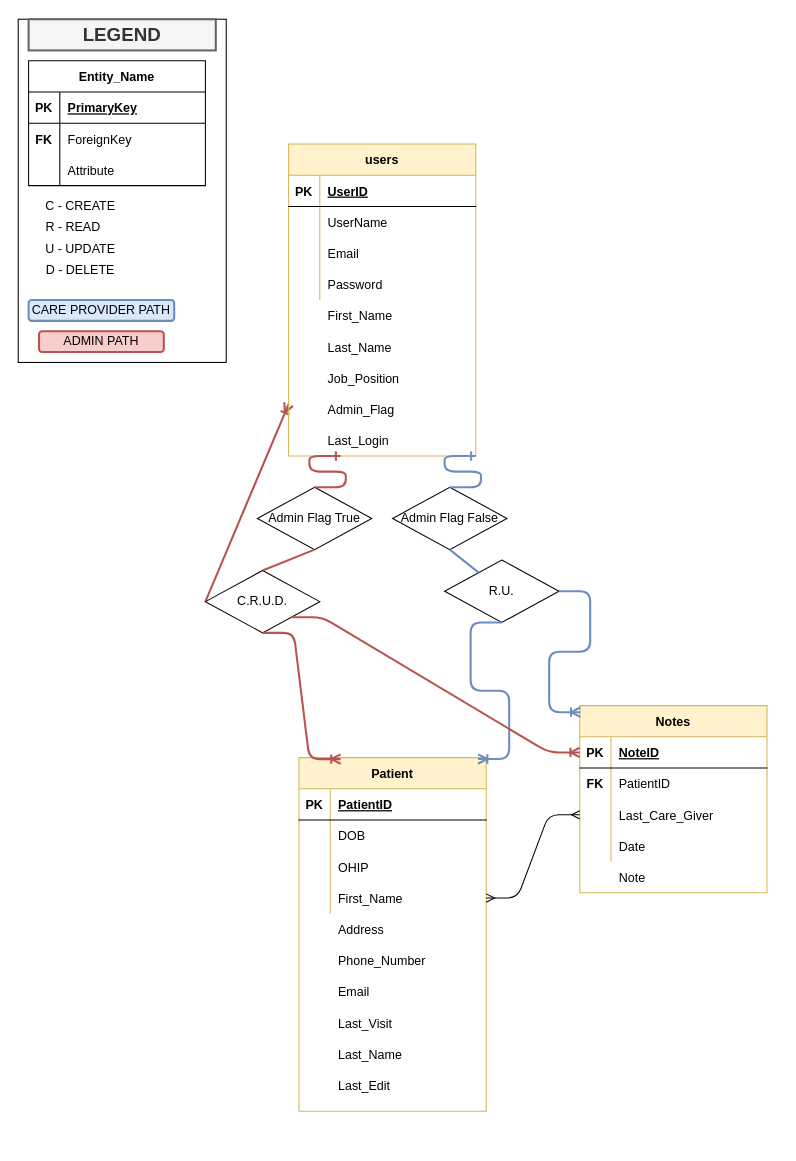
Above: group EER Update_Dave.drawio in espernguyen97/FS1030-Group-Project-Electronical-Medical-Record-Management-System-Database (draw.io), before the change. Source tidied: cells renumbered, new cells numbered last; positions are measured from the earlier drawing's top-left corner, leaving out a move shared by most shapes. Both pictures are drawn from the tidied source at 104%, with x=0, y=0 at pixel (18, 19).
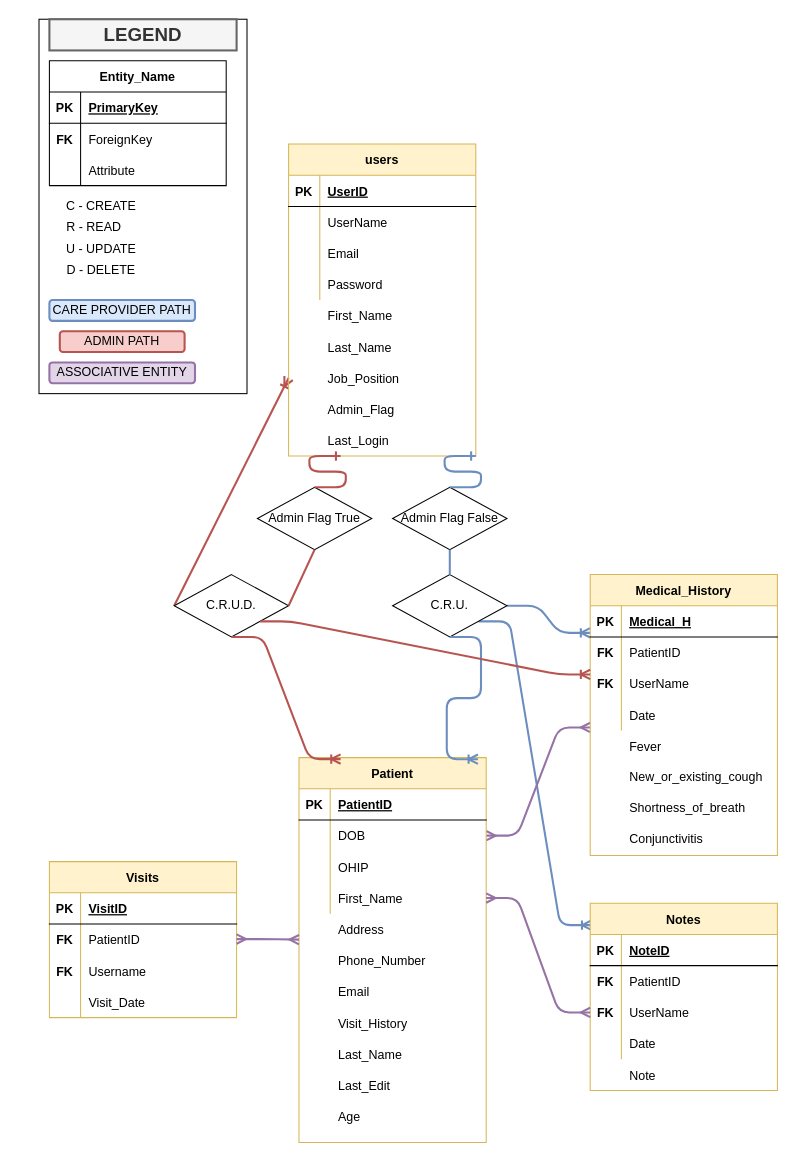
Above is the later version.

The change refers to these unchanged cells:
```xml
<mxCell id="8" style="shape=partialRectangle;fillColor=none;top=0;left=0;bottom=0;right=0;points=[[0,0.5],[1,0.5]];portConstraint=eastwest;" parent="4" vertex="1">
  <mxGeometry y="60" width="180" height="30" as="geometry" />
</mxCell>
<mxCell id="14" style="shape=partialRectangle;fillColor=none;top=0;left=0;bottom=0;right=0;points=[[0,0.5],[1,0.5]];portConstraint=eastwest;" parent="4" vertex="1">
  <mxGeometry y="120" width="180" height="30" as="geometry" />
</mxCell>
<mxCell id="23" style="shape=partialRectangle;fillColor=none;top=0;left=0;bottom=1;right=0;points=[[0,0.5],[1,0.5]];portConstraint=eastwest;" parent="22" vertex="1">
  <mxGeometry y="30" width="180" height="30" as="geometry" />
</mxCell>
<mxCell id="29" style="shape=partialRectangle;fillColor=none;top=0;left=0;bottom=0;right=0;points=[[0,0.5],[1,0.5]];portConstraint=eastwest;" parent="22" vertex="1">
  <mxGeometry y="90" width="180" height="30" as="geometry" />
</mxCell>
<mxCell id="36" value="users" style="shape=table;startSize=30;childLayout=tableLayout;rowLines=0;fontStyle=1;align=center;fillColor=#fff2cc;strokeColor=#d6b656;" parent="1" vertex="1">
  <mxGeometry x="260" y="120" width="180" height="300" as="geometry" />
</mxCell>
<mxCell id="54" value="Admin Flag True" style="rhombus;whiteSpace=wrap;html=1;" parent="1" vertex="1">
  <mxGeometry x="230" y="450" width="110" height="60" as="geometry" />
</mxCell>
<mxCell id="57" value="Admin Flag False" style="rhombus;whiteSpace=wrap;html=1;" parent="1" vertex="1">
  <mxGeometry x="360" y="450" width="110" height="60" as="geometry" />
</mxCell>
```

Diff of the diagram source:
```diff
@@
+    <mxCell id="87" style="edgeStyle=entityRelationEdgeStyle;fontSize=12;html=1;endArrow=ERoneToMany;entryX=0;entryY=0.867;entryDx=0;entryDy=0;entryPerimeter=0;fillColor=#dae8fc;strokeColor=#6c8ebf;strokeWidth=2;exitX=1;exitY=0.5;exitDx=0;exitDy=0;" parent="1" edge="1" source="59" target="107">
+      <mxGeometry relative="1" as="geometry" />
+    </mxCell>
+    <mxCell id="67" style="edgeStyle=entityRelationEdgeStyle;fontSize=12;html=1;endArrow=ERoneToMany;entryX=0.006;entryY=0.117;entryDx=0;entryDy=0;entryPerimeter=0;fillColor=#dae8fc;strokeColor=#6c8ebf;strokeWidth=2;exitX=1;exitY=1;exitDx=0;exitDy=0;" parent="1" edge="1" source="59" target="22">
+      <mxGeometry relative="1" as="geometry" />
+    </mxCell>
+    <mxCell id="88" style="edgeStyle=entityRelationEdgeStyle;fontSize=12;html=1;endArrow=ERmany;startArrow=ERmany;exitX=1;exitY=0.5;exitDx=0;exitDy=0;entryX=0;entryY=0.9;entryDx=0;entryDy=0;entryPerimeter=0;fillColor=#e1d5e7;strokeColor=#9673a6;strokeWidth=2;" parent="1" edge="1" source="8" target="116">
+      <mxGeometry relative="1" as="geometry" />
+    </mxCell>
-    <mxCell id="2" style="fontSize=12;html=1;endArrow=ERoneToMany;fillColor=#f8cecc;strokeColor=#b85450;strokeWidth=2;exitX=0;exitY=0.5;exitDx=0;exitDy=0;" parent="1" edge="1" source="58">
-      <mxGeometry relative="1" as="geometry">
-        <mxPoint x="260" y="370" as="targetPoint" />
-      </mxGeometry>
+    <mxCell id="2" style="fontSize=12;html=1;endArrow=ERoneToMany;fillColor=#f8cecc;strokeColor=#b85450;strokeWidth=2;exitX=0;exitY=0.5;exitDx=0;exitDy=0;entryX=0;entryY=0.75;entryDx=0;entryDy=0;" parent="1" edge="1" source="58" target="36">
+      <mxGeometry relative="1" as="geometry" />
     </mxCell>
     <mxCell id="3" style="rounded=0;whiteSpace=wrap;html=1;" parent="1" vertex="1">
-      <mxGeometry width="200" height="330" as="geometry" />
+      <mxGeometry x="20" width="200" height="360" as="geometry" />
     </mxCell>
     <mxCell id="4" value="Patient" style="shape=table;startSize=30;childLayout=tableLayout;rowLines=0;fontStyle=1;align=center;fillColor=#fff2cc;strokeColor=#d6b656;" parent="1" vertex="1">
-      <mxGeometry x="270" y="710" width="180" height="340" as="geometry" />
+      <mxGeometry x="270" y="710" width="180" height="370" as="geometry" />
     </mxCell>
@@
-    <mxCell id="17" value="Last_Visit" style="shape=partialRectangle;fillColor=none;top=0;left=0;bottom=0;right=0;align=left;spacingLeft=6;overflow=hidden;" parent="1" vertex="1">
+    <mxCell id="17" value="Visit_History" style="shape=partialRectangle;fillColor=none;top=0;left=0;bottom=0;right=0;align=left;spacingLeft=6;overflow=hidden;" parent="1" vertex="1">
       <mxGeometry x="300" y="950" width="150" height="30" as="geometry" />
     </mxCell>
@@
     <mxCell id="22" value="Notes" style="shape=table;startSize=30;childLayout=tableLayout;rowLines=0;fontStyle=1;align=center;fillColor=#fff2cc;strokeColor=#d6b656;" parent="1" vertex="1">
-      <mxGeometry x="540" y="660" width="180" height="180" as="geometry" />
+      <mxGeometry x="550" y="850" width="180" height="180" as="geometry" />
     </mxCell>
@@
-    <mxCell id="31" value="Last_Care_Giver" style="shape=partialRectangle;fillColor=none;top=0;left=0;bottom=0;right=0;align=left;spacingLeft=6;overflow=hidden;" parent="29" vertex="1">
+    <mxCell id="31" value="UserName" style="shape=partialRectangle;fillColor=none;top=0;left=0;bottom=0;right=0;align=left;spacingLeft=6;overflow=hidden;" parent="29" vertex="1">
       <mxGeometry x="30" width="150" height="30" as="geometry" />
     </mxCell>
@@
     <mxCell id="55" value="FK" style="shape=partialRectangle;fillColor=none;top=0;left=0;bottom=0;right=0;fontStyle=1;overflow=hidden;" parent="1" vertex="1">
-      <mxGeometry x="540" y="720" width="30" height="30" as="geometry" />
+      <mxGeometry x="550" y="910" width="30" height="30" as="geometry" />
     </mxCell>
     <mxCell id="56" value="Note" style="shape=partialRectangle;fillColor=none;top=0;left=0;bottom=0;right=0;align=left;spacingLeft=6;overflow=hidden;" parent="1" vertex="1">
-      <mxGeometry x="570" y="810" width="150" height="30" as="geometry" />
+      <mxGeometry x="580" y="1000" width="150" height="30" as="geometry" />
     </mxCell>
@@
     <mxCell id="58" value="C.R.U.D." style="rhombus;whiteSpace=wrap;html=1;" parent="1" vertex="1">
-      <mxGeometry x="180" y="530" width="110" height="60" as="geometry" />
+      <mxGeometry x="150" y="534" width="110" height="60" as="geometry" />
     </mxCell>
-    <mxCell id="59" value="R.U." style="rhombus;whiteSpace=wrap;html=1;" parent="1" vertex="1">
-      <mxGeometry x="410" y="520" width="110" height="60" as="geometry" />
+    <mxCell id="59" value="C.R.U." style="rhombus;whiteSpace=wrap;html=1;" parent="1" vertex="1">
+      <mxGeometry x="360" y="534" width="110" height="60" as="geometry" />
     </mxCell>
@@
-    <mxCell id="64" style="edgeStyle=entityRelationEdgeStyle;fontSize=12;html=1;endArrow=ERmany;startArrow=ERmany;entryX=0;entryY=0.5;entryDx=0;entryDy=0;exitX=1;exitY=0.5;exitDx=0;exitDy=0;" parent="1" edge="1" source="14" target="29">
+    <mxCell id="64" style="edgeStyle=entityRelationEdgeStyle;fontSize=12;html=1;endArrow=ERmany;startArrow=ERmany;entryX=0;entryY=0.5;entryDx=0;entryDy=0;exitX=1;exitY=0.5;exitDx=0;exitDy=0;fillColor=#e1d5e7;strokeColor=#9673a6;strokeWidth=2;" parent="1" edge="1" source="14" target="29">
       <mxGeometry relative="1" as="geometry" />
     </mxCell>
-    <mxCell id="65" style="endArrow=none;html=1;entryX=0.5;entryY=1;entryDx=0;entryDy=0;exitX=0.5;exitY=0;exitDx=0;exitDy=0;fillColor=#f8cecc;strokeColor=#b85450;strokeWidth=2;" parent="1" edge="1" source="58" target="54">
+    <mxCell id="65" style="endArrow=none;html=1;entryX=0.5;entryY=1;entryDx=0;entryDy=0;fillColor=#f8cecc;strokeColor=#b85450;strokeWidth=2;exitX=1;exitY=0.5;exitDx=0;exitDy=0;" parent="1" edge="1" source="58" target="54">
       <mxGeometry relative="1" as="geometry" />
     </mxCell>
-    <mxCell id="66" style="endArrow=none;html=1;entryX=0.5;entryY=1;entryDx=0;entryDy=0;fillColor=#dae8fc;strokeColor=#6c8ebf;strokeWidth=2;" parent="1" edge="1" source="59" target="57">
+    <mxCell id="66" style="endArrow=none;html=1;entryX=0.5;entryY=1;entryDx=0;entryDy=0;fillColor=#dae8fc;strokeColor=#6c8ebf;strokeWidth=2;exitX=0.5;exitY=0;exitDx=0;exitDy=0;" parent="1" edge="1" source="59" target="57">
       <mxGeometry relative="1" as="geometry" />
     </mxCell>
-    <mxCell id="67" style="edgeStyle=entityRelationEdgeStyle;fontSize=12;html=1;endArrow=ERoneToMany;entryX=0.003;entryY=0.035;entryDx=0;entryDy=0;entryPerimeter=0;fillColor=#dae8fc;strokeColor=#6c8ebf;strokeWidth=2;" parent="1" edge="1" source="59" target="22">
-      <mxGeometry relative="1" as="geometry" />
-    </mxCell>
-    <mxCell id="68" style="edgeStyle=entityRelationEdgeStyle;fontSize=12;html=1;endArrow=ERoneToMany;entryX=0;entryY=0.5;entryDx=0;entryDy=0;exitX=1;exitY=1;exitDx=0;exitDy=0;fillColor=#f8cecc;strokeColor=#b85450;strokeWidth=2;" parent="1" edge="1" source="58" target="23">
-      <mxGeometry relative="1" as="geometry" />
-    </mxCell>
     <mxCell id="69" value="Entity_Name" style="shape=table;startSize=30;childLayout=tableLayout;rowLines=0;fontStyle=1;align=center;" parent="1" vertex="1">
-      <mxGeometry x="10" y="40" width="170" height="120" as="geometry" />
+      <mxGeometry x="30" y="40" width="170" height="120" as="geometry" />
     </mxCell>
@@
     <mxCell id="79" value="FK" style="shape=partialRectangle;fillColor=none;top=0;left=0;bottom=0;right=0;fontStyle=1;overflow=hidden;" parent="1" vertex="1">
-      <mxGeometry x="10" y="100" width="30" height="30" as="geometry" />
+      <mxGeometry x="30" y="100" width="30" height="30" as="geometry" />
     </mxCell>
     <mxCell id="80" value="LEGEND" style="text;html=1;strokeColor=#666666;fillColor=#f5f5f5;align=center;verticalAlign=middle;whiteSpace=wrap;rounded=0;fontColor=#333333;strokeWidth=2;fontSize=18;fontStyle=1;" parent="1" vertex="1">
-      <mxGeometry x="10" width="180" height="30" as="geometry" />
+      <mxGeometry x="30" width="180" height="30" as="geometry" />
     </mxCell>
     <mxCell id="81" value="C - CREATE" style="text;html=1;strokeColor=none;fillColor=none;align=center;verticalAlign=middle;whiteSpace=wrap;rounded=0;fontSize=12;" parent="1" vertex="1">
-      <mxGeometry x="10" y="170" width="100" height="20" as="geometry" />
+      <mxGeometry x="30" y="170" width="100" height="20" as="geometry" />
     </mxCell>
     <mxCell id="82" value="R - READ" style="text;html=1;strokeColor=none;fillColor=none;align=center;verticalAlign=middle;whiteSpace=wrap;rounded=0;fontSize=12;" parent="1" vertex="1">
-      <mxGeometry x="3" y="190" width="100" height="20" as="geometry" />
+      <mxGeometry x="23" y="190" width="100" height="20" as="geometry" />
     </mxCell>
     <mxCell id="83" value="U - UPDATE" style="text;html=1;strokeColor=none;fillColor=none;align=center;verticalAlign=middle;whiteSpace=wrap;rounded=0;fontSize=12;" parent="1" vertex="1">
-      <mxGeometry x="10" y="206" width="100" height="30" as="geometry" />
+      <mxGeometry x="30" y="206" width="100" height="30" as="geometry" />
     </mxCell>
     <mxCell id="84" value="D - DELETE" style="text;html=1;strokeColor=none;fillColor=none;align=center;verticalAlign=middle;whiteSpace=wrap;rounded=0;fontSize=12;" parent="1" vertex="1">
-      <mxGeometry x="10" y="226" width="100" height="30" as="geometry" />
+      <mxGeometry x="30" y="226" width="100" height="30" as="geometry" />
     </mxCell>
     <mxCell id="85" value="CARE PROVIDER PATH" style="rounded=1;whiteSpace=wrap;html=1;fontSize=12;strokeWidth=2;fillColor=#dae8fc;strokeColor=#6c8ebf;" parent="1" vertex="1">
-      <mxGeometry x="10" y="270" width="140" height="20" as="geometry" />
+      <mxGeometry x="30" y="270" width="140" height="20" as="geometry" />
     </mxCell>
     <mxCell id="86" value="ADMIN PATH" style="rounded=1;whiteSpace=wrap;html=1;fontSize=12;strokeWidth=2;fillColor=#f8cecc;strokeColor=#b85450;" parent="1" vertex="1">
-      <mxGeometry x="20" y="300" width="120" height="20" as="geometry" />
+      <mxGeometry x="40" y="300" width="120" height="20" as="geometry" />
     </mxCell>
+    <mxCell id="89" value="FK" style="shape=partialRectangle;fillColor=none;top=0;left=0;bottom=0;right=0;fontStyle=1;overflow=hidden;" parent="1" vertex="1">
+      <mxGeometry x="550" y="940" width="30" height="30" as="geometry" />
+    </mxCell>
+    <mxCell id="90" value="Visits" style="shape=table;startSize=30;childLayout=tableLayout;rowLines=0;fontStyle=1;align=center;fillColor=#fff2cc;strokeColor=#d6b656;" parent="1" vertex="1">
+      <mxGeometry x="30" y="810" width="180" height="150" as="geometry" />
+    </mxCell>
+    <mxCell id="91" style="shape=partialRectangle;fillColor=none;top=0;left=0;bottom=1;right=0;" parent="90" vertex="1">
+      <mxGeometry y="30" width="180" height="30" as="geometry" />
+    </mxCell>
+    <mxCell id="92" value="PK" style="shape=partialRectangle;fillColor=none;top=0;left=0;bottom=0;right=0;fontStyle=1;overflow=hidden;" parent="91" vertex="1">
+      <mxGeometry width="30" height="30" as="geometry" />
+    </mxCell>
+    <mxCell id="93" value="VisitID" style="shape=partialRectangle;fillColor=none;top=0;left=0;bottom=0;right=0;align=left;spacingLeft=6;fontStyle=5;overflow=hidden;" parent="91" vertex="1">
+      <mxGeometry x="30" width="150" height="30" as="geometry" />
+    </mxCell>
+    <mxCell id="94" style="shape=partialRectangle;fillColor=none;top=0;left=0;bottom=0;right=0;" parent="90" vertex="1">
+      <mxGeometry y="60" width="180" height="30" as="geometry" />
+    </mxCell>
+    <mxCell id="95" style="shape=partialRectangle;fillColor=none;top=0;left=0;bottom=0;right=0;overflow=hidden;" parent="94" vertex="1">
+      <mxGeometry width="30" height="30" as="geometry" />
+    </mxCell>
+    <mxCell id="96" value="PatientID" style="shape=partialRectangle;fillColor=none;top=0;left=0;bottom=0;right=0;align=left;spacingLeft=6;overflow=hidden;" parent="94" vertex="1">
+      <mxGeometry x="30" width="150" height="30" as="geometry" />
+    </mxCell>
+    <mxCell id="97" style="shape=partialRectangle;fillColor=none;top=0;left=0;bottom=0;right=0;" parent="90" vertex="1">
+      <mxGeometry y="90" width="180" height="30" as="geometry" />
+    </mxCell>
+    <mxCell id="98" style="shape=partialRectangle;fillColor=none;top=0;left=0;bottom=0;right=0;overflow=hidden;" parent="97" vertex="1">
+      <mxGeometry width="30" height="30" as="geometry" />
+    </mxCell>
+    <mxCell id="99" style="shape=partialRectangle;fillColor=none;top=0;left=0;bottom=0;right=0;align=left;spacingLeft=6;overflow=hidden;" parent="97" vertex="1">
+      <mxGeometry x="30" width="150" height="30" as="geometry" />
+    </mxCell>
+    <mxCell id="100" style="shape=partialRectangle;fillColor=none;top=0;left=0;bottom=0;right=0;" parent="90" vertex="1">
+      <mxGeometry y="120" width="180" height="30" as="geometry" />
+    </mxCell>
+    <mxCell id="101" style="shape=partialRectangle;fillColor=none;top=0;left=0;bottom=0;right=0;overflow=hidden;" parent="100" vertex="1">
+      <mxGeometry width="30" height="30" as="geometry" />
+    </mxCell>
+    <mxCell id="102" value="Visit_Date" style="shape=partialRectangle;fillColor=none;top=0;left=0;bottom=0;right=0;align=left;spacingLeft=6;overflow=hidden;" parent="100" vertex="1">
+      <mxGeometry x="30" width="150" height="30" as="geometry" />
+    </mxCell>
+    <mxCell id="103" value="FK" style="shape=partialRectangle;fillColor=none;top=0;left=0;bottom=0;right=0;fontStyle=1;overflow=hidden;" parent="1" vertex="1">
+      <mxGeometry x="30" y="870" width="30" height="30" as="geometry" />
+    </mxCell>
+    <mxCell id="104" style="edgeStyle=entityRelationEdgeStyle;fontSize=12;html=1;endArrow=ERmany;startArrow=ERmany;fillColor=#e1d5e7;strokeColor=#9673a6;strokeWidth=2;" parent="1" edge="1">
+      <mxGeometry relative="1" as="geometry">
+        <mxPoint x="210" y="884.5" as="sourcePoint" />
+        <mxPoint x="270" y="885" as="targetPoint" />
+      </mxGeometry>
+    </mxCell>
+    <mxCell id="105" value="Age" style="shape=partialRectangle;fillColor=none;top=0;left=0;bottom=0;right=0;align=left;spacingLeft=6;overflow=hidden;" parent="1" vertex="1">
+      <mxGeometry x="300" y="1040" width="150" height="30" as="geometry" />
+    </mxCell>
+    <mxCell id="106" value="Medical_History" style="shape=table;startSize=30;childLayout=tableLayout;rowLines=0;fontStyle=1;align=center;fillColor=#fff2cc;strokeColor=#d6b656;" parent="1" vertex="1">
+      <mxGeometry x="550" y="534" width="180" height="270" as="geometry" />
+    </mxCell>
+    <mxCell id="107" style="shape=partialRectangle;fillColor=none;top=0;left=0;bottom=1;right=0;points=[[0,0.5],[1,0.5]];portConstraint=eastwest;" parent="106" vertex="1">
+      <mxGeometry y="30" width="180" height="30" as="geometry" />
+    </mxCell>
+    <mxCell id="108" value="PK" style="shape=partialRectangle;fillColor=none;top=0;left=0;bottom=0;right=0;fontStyle=1;overflow=hidden;" parent="107" vertex="1">
+      <mxGeometry width="30" height="30" as="geometry" />
+    </mxCell>
+    <mxCell id="109" value="Medical_H" style="shape=partialRectangle;fillColor=none;top=0;left=0;bottom=0;right=0;align=left;spacingLeft=6;fontStyle=5;overflow=hidden;" parent="107" vertex="1">
+      <mxGeometry x="30" width="150" height="30" as="geometry" />
+    </mxCell>
+    <mxCell id="110" style="shape=partialRectangle;fillColor=none;top=0;left=0;bottom=0;right=0;" parent="106" vertex="1">
+      <mxGeometry y="60" width="180" height="30" as="geometry" />
+    </mxCell>
+    <mxCell id="111" style="shape=partialRectangle;fillColor=none;top=0;left=0;bottom=0;right=0;overflow=hidden;" parent="110" vertex="1">
+      <mxGeometry width="30" height="30" as="geometry" />
+    </mxCell>
+    <mxCell id="112" value="PatientID" style="shape=partialRectangle;fillColor=none;top=0;left=0;bottom=0;right=0;align=left;spacingLeft=6;overflow=hidden;" parent="110" vertex="1">
+      <mxGeometry x="30" width="150" height="30" as="geometry" />
+    </mxCell>
+    <mxCell id="113" style="shape=partialRectangle;fillColor=none;top=0;left=0;bottom=0;right=0;" parent="106" vertex="1">
+      <mxGeometry y="90" width="180" height="30" as="geometry" />
+    </mxCell>
+    <mxCell id="114" style="shape=partialRectangle;fillColor=none;top=0;left=0;bottom=0;right=0;overflow=hidden;" parent="113" vertex="1">
+      <mxGeometry width="30" height="30" as="geometry" />
+    </mxCell>
+    <mxCell id="115" value="UserName" style="shape=partialRectangle;fillColor=none;top=0;left=0;bottom=0;right=0;align=left;spacingLeft=6;overflow=hidden;" parent="113" vertex="1">
+      <mxGeometry x="30" width="150" height="30" as="geometry" />
+    </mxCell>
+    <mxCell id="116" style="shape=partialRectangle;fillColor=none;top=0;left=0;bottom=0;right=0;points=[[0,0.5],[1,0.5]];portConstraint=eastwest;" parent="106" vertex="1">
+      <mxGeometry y="120" width="180" height="30" as="geometry" />
+    </mxCell>
+    <mxCell id="117" style="shape=partialRectangle;fillColor=none;top=0;left=0;bottom=0;right=0;overflow=hidden;" parent="116" vertex="1">
+      <mxGeometry width="30" height="30" as="geometry" />
+    </mxCell>
+    <mxCell id="118" value="Date" style="shape=partialRectangle;fillColor=none;top=0;left=0;bottom=0;right=0;align=left;spacingLeft=6;overflow=hidden;" parent="116" vertex="1">
+      <mxGeometry x="30" width="150" height="30" as="geometry" />
+    </mxCell>
+    <mxCell id="119" value="FK" style="shape=partialRectangle;fillColor=none;top=0;left=0;bottom=0;right=0;fontStyle=1;overflow=hidden;" parent="1" vertex="1">
+      <mxGeometry x="550" y="594" width="30" height="30" as="geometry" />
+    </mxCell>
+    <mxCell id="120" value="Fever" style="shape=partialRectangle;fillColor=none;top=0;left=0;bottom=0;right=0;align=left;spacingLeft=6;overflow=hidden;" parent="1" vertex="1">
+      <mxGeometry x="580" y="684" width="150" height="30" as="geometry" />
+    </mxCell>
+    <mxCell id="121" value="FK" style="shape=partialRectangle;fillColor=none;top=0;left=0;bottom=0;right=0;fontStyle=1;overflow=hidden;" parent="1" vertex="1">
+      <mxGeometry x="550" y="624" width="30" height="30" as="geometry" />
+    </mxCell>
+    <mxCell id="122" value="Username" style="shape=partialRectangle;fillColor=none;top=0;left=0;bottom=0;right=0;align=left;spacingLeft=6;overflow=hidden;" parent="1" vertex="1">
+      <mxGeometry x="60" y="900" width="150" height="30" as="geometry" />
+    </mxCell>
+    <mxCell id="123" value="FK" style="shape=partialRectangle;fillColor=none;top=0;left=0;bottom=0;right=0;fontStyle=1;overflow=hidden;" parent="1" vertex="1">
+      <mxGeometry x="30" y="900" width="30" height="30" as="geometry" />
+    </mxCell>
+    <mxCell id="124" value="New_or_existing_cough&#10;" style="shape=partialRectangle;fillColor=none;top=0;left=0;bottom=0;right=0;align=left;spacingLeft=6;overflow=hidden;" parent="1" vertex="1">
+      <mxGeometry x="580" y="720" width="150" height="30" as="geometry" />
+    </mxCell>
+    <mxCell id="125" value="Shortness_of_breath&#10;" style="shape=partialRectangle;fillColor=none;top=0;left=0;bottom=0;right=0;align=left;spacingLeft=6;overflow=hidden;" parent="1" vertex="1">
+      <mxGeometry x="580" y="750" width="150" height="30" as="geometry" />
+    </mxCell>
+    <mxCell id="126" value="Conjunctivitis&#10;" style="shape=partialRectangle;fillColor=none;top=0;left=0;bottom=0;right=0;align=left;spacingLeft=6;overflow=hidden;" parent="1" vertex="1">
+      <mxGeometry x="580" y="780" width="150" height="30" as="geometry" />
+    </mxCell>
+    <mxCell id="127" value="ASSOCIATIVE ENTITY" style="rounded=1;whiteSpace=wrap;html=1;fontSize=12;strokeWidth=2;fillColor=#e1d5e7;strokeColor=#9673a6;" parent="1" vertex="1">
+      <mxGeometry x="30" y="330" width="140" height="20" as="geometry" />
+    </mxCell>
+    <mxCell id="128" style="edgeStyle=entityRelationEdgeStyle;fontSize=12;html=1;endArrow=ERoneToMany;fillColor=#f8cecc;strokeColor=#b85450;strokeWidth=2;exitX=1;exitY=1;exitDx=0;exitDy=0;" parent="1" edge="1" source="58">
+      <mxGeometry relative="1" as="geometry">
+        <mxPoint x="550" y="630" as="targetPoint" />
+      </mxGeometry>
+    </mxCell>
```
